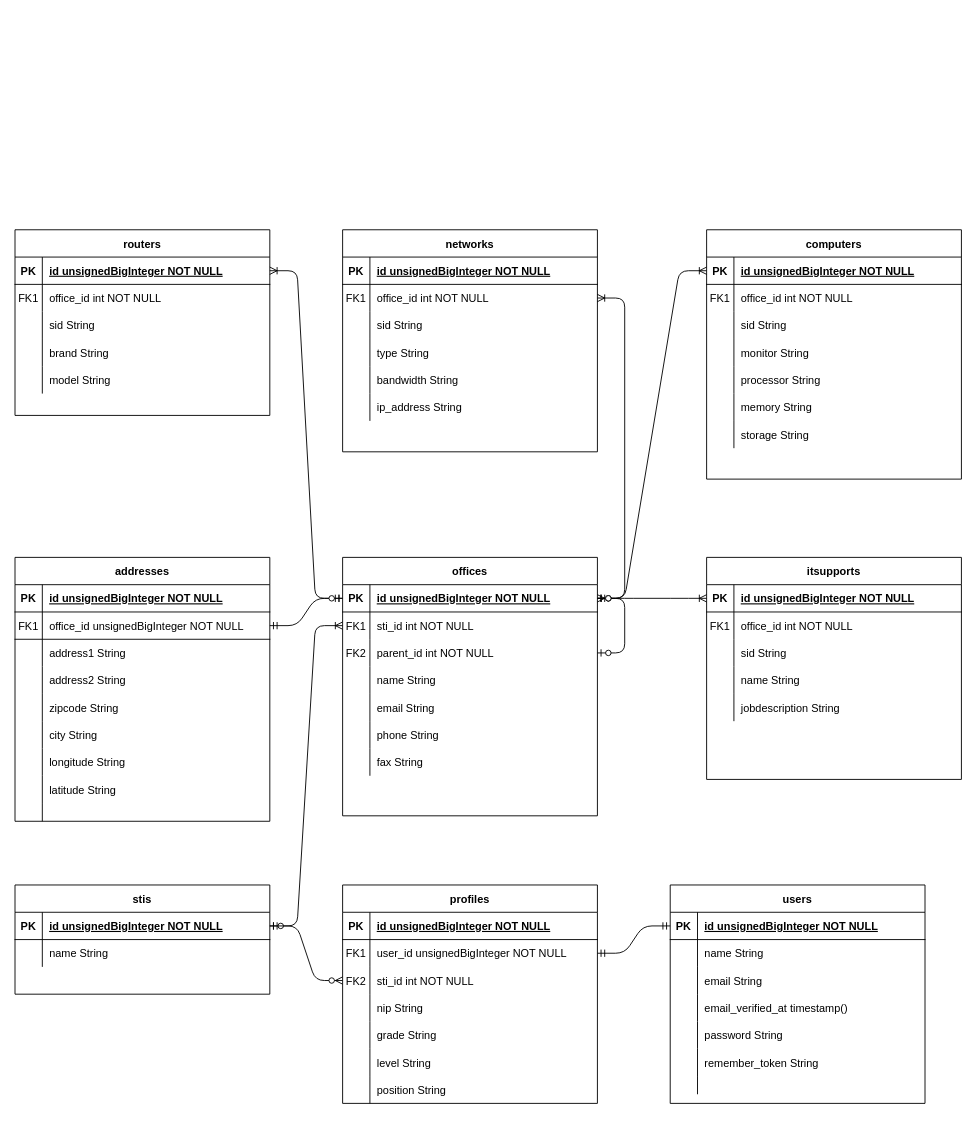
maulanakrisna/dashboard-app keeps this draw.io diagram as ER Diagram.drawio. Above is the earlier version. Source tidied: cells renumbered, new cells numbered last; positions are measured from the earlier drawing's top-left corner, leaving out a move shared by most shapes. Both pictures are drawn from the tidied source at 91%, with x=0, y=0 at pixel (15, 229).
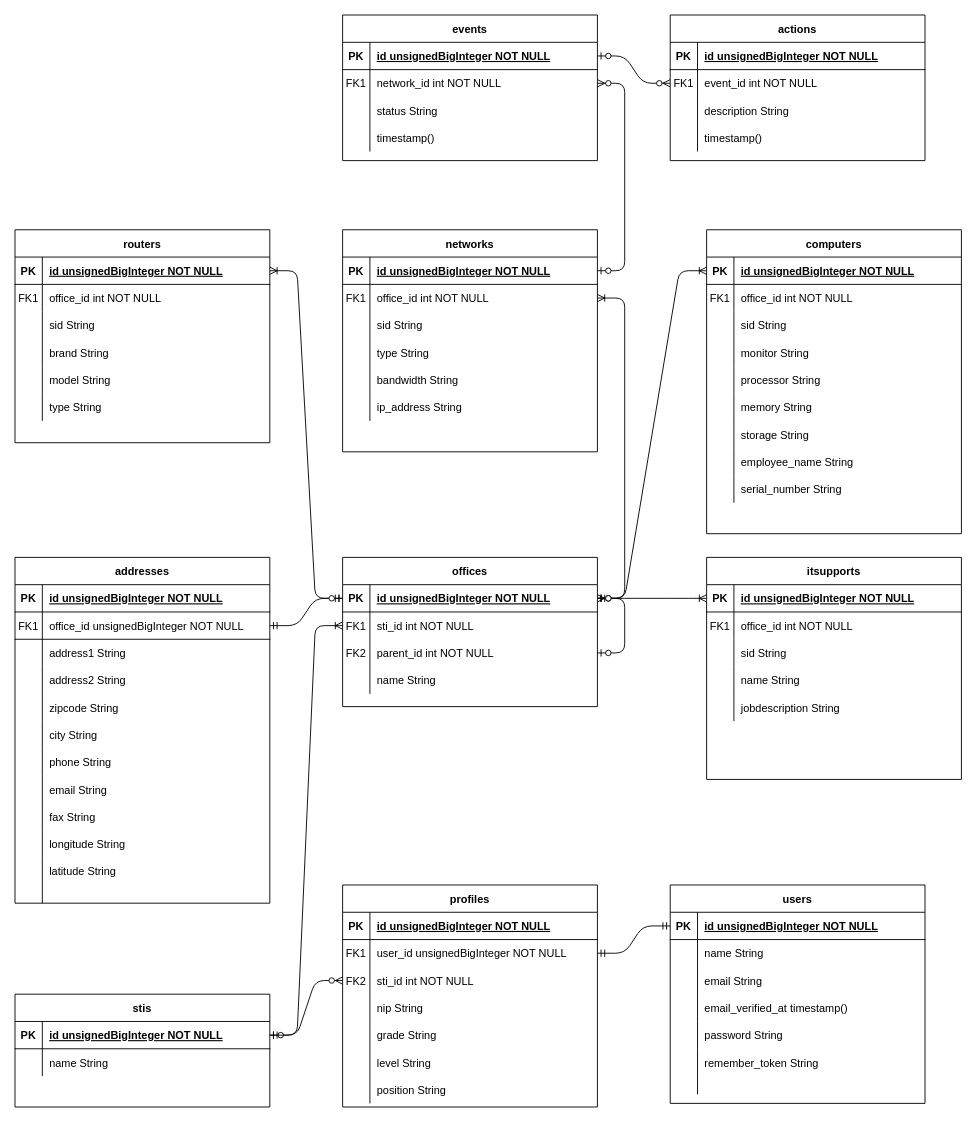
The same diagram, later.

The change refers to these unchanged cells:
```xml
<mxCell id="109" style="shape=partialRectangle;fillColor=none;points=[[0,0.5],[1,0.5]];portConstraint=eastwest;top=0;left=0;right=0;bottom=1;" parent="108" vertex="1">
  <mxGeometry y="30" width="280" height="30" as="geometry" />
</mxCell>
```

The edit, as a diff of the source:
```diff
@@
     <mxCell id="2" value="offices" style="shape=table;startSize=30;childLayout=tableLayout;rowLines=0;fontStyle=1;align=center;" parent="1" vertex="1">
-      <mxGeometry x="360" y="360" width="280" height="284" as="geometry" />
+      <mxGeometry x="360" y="360" width="280" height="164" as="geometry" />
     </mxCell>
@@
-    <mxCell id="15" style="shape=partialRectangle;fillColor=none;top=0;left=0;right=0;bottom=0;" parent="2" vertex="1">
-      <mxGeometry y="150" width="280" height="30" as="geometry" />
-    </mxCell>
-    <mxCell id="16" style="shape=partialRectangle;overflow=hidden;fillColor=none;top=0;left=0;bottom=0;right=0;" parent="15" vertex="1">
-      <mxGeometry width="30" height="30" as="geometry" />
-    </mxCell>
-    <mxCell id="17" value="email String" style="shape=partialRectangle;overflow=hidden;fillColor=none;top=0;left=0;bottom=0;right=0;align=left;spacingLeft=6;" parent="15" vertex="1">
-      <mxGeometry x="30" width="250" height="30" as="geometry" />
-    </mxCell>
-    <mxCell id="18" style="shape=partialRectangle;fillColor=none;top=0;left=0;right=0;bottom=0;" parent="2" vertex="1">
-      <mxGeometry y="180" width="280" height="30" as="geometry" />
-    </mxCell>
-    <mxCell id="19" style="shape=partialRectangle;overflow=hidden;fillColor=none;top=0;left=0;bottom=0;right=0;" parent="18" vertex="1">
-      <mxGeometry width="30" height="30" as="geometry" />
-    </mxCell>
-    <mxCell id="20" value="phone String" style="shape=partialRectangle;overflow=hidden;fillColor=none;top=0;left=0;bottom=0;right=0;align=left;spacingLeft=6;" parent="18" vertex="1">
-      <mxGeometry x="30" width="250" height="30" as="geometry" />
-    </mxCell>
@@
-    <mxCell id="22" style="shape=partialRectangle;fillColor=none;top=0;left=0;right=0;bottom=0;" parent="2" vertex="1">
-      <mxGeometry y="210" width="280" height="30" as="geometry" />
-    </mxCell>
-    <mxCell id="23" style="shape=partialRectangle;overflow=hidden;fillColor=none;top=0;left=0;bottom=0;right=0;" parent="22" vertex="1">
-      <mxGeometry width="30" height="30" as="geometry" />
-    </mxCell>
-    <mxCell id="24" value="fax String" style="shape=partialRectangle;overflow=hidden;fillColor=none;top=0;left=0;bottom=0;right=0;align=left;spacingLeft=6;" parent="22" vertex="1">
-      <mxGeometry x="30" width="250" height="30" as="geometry" />
-    </mxCell>
     <mxCell id="25" value="stis" style="shape=table;startSize=30;childLayout=tableLayout;rowLines=0;fontStyle=1;align=center;" parent="1" vertex="1">
-      <mxGeometry y="720" width="280" height="120" as="geometry" />
+      <mxGeometry y="840" width="280" height="124" as="geometry" />
     </mxCell>
@@
     <mxCell id="32" value="addresses" style="shape=table;startSize=30;childLayout=tableLayout;rowLines=0;fontStyle=1;align=center;" parent="1" vertex="1">
-      <mxGeometry y="360" width="280" height="290" as="geometry" />
+      <mxGeometry y="360" width="280" height="380" as="geometry" />
     </mxCell>
@@
+    <mxCell id="18" style="shape=partialRectangle;fillColor=none;top=0;left=0;right=0;bottom=0;" parent="32" vertex="1">
+      <mxGeometry y="180" width="280" height="30" as="geometry" />
+    </mxCell>
+    <mxCell id="185" style="shape=partialRectangle;overflow=hidden;fillColor=none;top=0;left=0;bottom=0;right=0;" parent="18" vertex="1">
+      <mxGeometry width="30" height="30" as="geometry" />
+    </mxCell>
+    <mxCell id="186" value="city String" style="shape=partialRectangle;overflow=hidden;fillColor=none;top=0;left=0;bottom=0;right=0;align=left;spacingLeft=6;" parent="18" vertex="1">
+      <mxGeometry x="30" width="250" height="30" as="geometry" />
+    </mxCell>
+    <mxCell id="22" style="shape=partialRectangle;fillColor=none;top=0;left=0;right=0;bottom=0;" parent="32" vertex="1">
+      <mxGeometry y="210" width="280" height="30" as="geometry" />
+    </mxCell>
+    <mxCell id="187" style="shape=partialRectangle;overflow=hidden;fillColor=none;top=0;left=0;bottom=0;right=0;" parent="22" vertex="1">
+      <mxGeometry width="30" height="30" as="geometry" />
+    </mxCell>
+    <mxCell id="20" value="phone String" style="shape=partialRectangle;overflow=hidden;fillColor=none;top=0;left=0;bottom=0;right=0;align=left;spacingLeft=6;" parent="22" vertex="1">
+      <mxGeometry x="30" width="250" height="30" as="geometry" />
+    </mxCell>
+    <mxCell id="188" style="shape=partialRectangle;fillColor=none;top=0;left=0;right=0;bottom=0;" parent="32" vertex="1">
+      <mxGeometry y="240" width="280" height="30" as="geometry" />
+    </mxCell>
+    <mxCell id="189" style="shape=partialRectangle;overflow=hidden;fillColor=none;top=0;left=0;bottom=0;right=0;" parent="188" vertex="1">
+      <mxGeometry width="30" height="30" as="geometry" />
+    </mxCell>
+    <mxCell id="17" value="email String" style="shape=partialRectangle;overflow=hidden;fillColor=none;top=0;left=0;bottom=0;right=0;align=left;spacingLeft=6;" parent="188" vertex="1">
+      <mxGeometry x="30" width="250" height="30" as="geometry" />
+    </mxCell>
     <mxCell id="48" style="shape=partialRectangle;fillColor=none;top=0;left=0;right=0;bottom=0;" parent="32" vertex="1">
-      <mxGeometry y="180" width="280" height="30" as="geometry" />
+      <mxGeometry y="270" width="280" height="30" as="geometry" />
     </mxCell>
@@
-    <mxCell id="50" value="city String" style="shape=partialRectangle;overflow=hidden;fillColor=none;top=0;left=0;bottom=0;right=0;align=left;spacingLeft=6;" parent="48" vertex="1">
+    <mxCell id="50" value="fax String" style="shape=partialRectangle;overflow=hidden;fillColor=none;top=0;left=0;bottom=0;right=0;align=left;spacingLeft=6;" parent="48" vertex="1">
       <mxGeometry x="30" width="250" height="30" as="geometry" />
     </mxCell>
     <mxCell id="51" style="shape=partialRectangle;fillColor=none;top=0;left=0;right=0;bottom=0;" parent="32" vertex="1">
-      <mxGeometry y="210" width="280" height="30" as="geometry" />
+      <mxGeometry y="300" width="280" height="30" as="geometry" />
     </mxCell>
@@
     <mxCell id="54" style="shape=partialRectangle;fillColor=none;top=0;left=0;right=0;bottom=0;" parent="32" vertex="1">
-      <mxGeometry y="240" width="280" height="30" as="geometry" />
+      <mxGeometry y="330" width="280" height="30" as="geometry" />
     </mxCell>
@@
     <mxCell id="57" style="shape=partialRectangle;fillColor=none;top=0;left=0;right=0;bottom=0;" parent="32" vertex="1">
-      <mxGeometry y="270" width="280" height="20" as="geometry" />
+      <mxGeometry y="360" width="280" height="20" as="geometry" />
     </mxCell>
@@
     <mxCell id="83" value="profiles" style="shape=table;startSize=30;childLayout=tableLayout;rowLines=0;fontStyle=1;align=center;" parent="1" vertex="1">
-      <mxGeometry x="360" y="720" width="280" height="240" as="geometry" />
+      <mxGeometry x="360" y="720" width="280" height="244" as="geometry" />
     </mxCell>
@@
     <mxCell id="128" value="routers" style="shape=table;startSize=30;childLayout=tableLayout;rowLines=0;fontStyle=1;align=center;" parent="1" vertex="1">
-      <mxGeometry width="280" height="204" as="geometry" />
+      <mxGeometry width="280" height="234" as="geometry" />
     </mxCell>
@@
+    <mxCell id="15" style="shape=partialRectangle;fillColor=none;top=0;left=0;right=0;bottom=0;" parent="128" vertex="1">
+      <mxGeometry y="150" width="280" height="30" as="geometry" />
+    </mxCell>
+    <mxCell id="190" style="shape=partialRectangle;overflow=hidden;fillColor=none;top=0;left=0;bottom=0;right=0;" parent="15" vertex="1">
+      <mxGeometry width="30" height="30" as="geometry" />
+    </mxCell>
+    <mxCell id="191" value="model String" style="shape=partialRectangle;overflow=hidden;fillColor=none;top=0;left=0;bottom=0;right=0;align=left;spacingLeft=6;" parent="15" vertex="1">
+      <mxGeometry x="30" width="250" height="30" as="geometry" />
+    </mxCell>
     <mxCell id="141" style="shape=partialRectangle;fillColor=none;top=0;left=0;right=0;bottom=0;" parent="128" vertex="1">
-      <mxGeometry y="150" width="280" height="30" as="geometry" />
+      <mxGeometry y="180" width="280" height="30" as="geometry" />
     </mxCell>
@@
-    <mxCell id="143" value="model String" style="shape=partialRectangle;overflow=hidden;fillColor=none;top=0;left=0;bottom=0;right=0;align=left;spacingLeft=6;" parent="141" vertex="1">
+    <mxCell id="143" value="type String" style="shape=partialRectangle;overflow=hidden;fillColor=none;top=0;left=0;bottom=0;right=0;align=left;spacingLeft=6;" parent="141" vertex="1">
       <mxGeometry x="30" width="250" height="30" as="geometry" />
     </mxCell>
@@
     <mxCell id="145" value="computers" style="shape=table;startSize=30;childLayout=tableLayout;rowLines=0;fontStyle=1;align=center;" parent="1" vertex="1">
-      <mxGeometry x="760" width="280" height="274" as="geometry" />
+      <mxGeometry x="760" width="280" height="334" as="geometry" />
     </mxCell>
@@
+    <mxCell id="192" style="shape=partialRectangle;fillColor=none;top=0;left=0;right=0;bottom=0;" parent="145" vertex="1">
+      <mxGeometry y="240" width="280" height="30" as="geometry" />
+    </mxCell>
+    <mxCell id="193" style="shape=partialRectangle;overflow=hidden;fillColor=none;top=0;left=0;bottom=0;right=0;" parent="192" vertex="1">
+      <mxGeometry width="30" height="30" as="geometry" />
+    </mxCell>
+    <mxCell id="194" value="employee_name String" style="shape=partialRectangle;overflow=hidden;fillColor=none;top=0;left=0;bottom=0;right=0;align=left;spacingLeft=6;" parent="192" vertex="1">
+      <mxGeometry x="30" width="250" height="30" as="geometry" />
+    </mxCell>
+    <mxCell id="195" style="shape=partialRectangle;fillColor=none;top=0;left=0;right=0;bottom=0;" parent="145" vertex="1">
+      <mxGeometry y="270" width="280" height="30" as="geometry" />
+    </mxCell>
+    <mxCell id="196" style="shape=partialRectangle;overflow=hidden;fillColor=none;top=0;left=0;bottom=0;right=0;" parent="195" vertex="1">
+      <mxGeometry width="30" height="30" as="geometry" />
+    </mxCell>
+    <mxCell id="197" value="serial_number String" style="shape=partialRectangle;overflow=hidden;fillColor=none;top=0;left=0;bottom=0;right=0;align=left;spacingLeft=6;" parent="195" vertex="1">
+      <mxGeometry x="30" width="250" height="30" as="geometry" />
+    </mxCell>
@@
+    <mxCell id="198" value="events" style="shape=table;startSize=30;childLayout=tableLayout;rowLines=0;fontStyle=1;align=center;" parent="1" vertex="1">
+      <mxGeometry x="360" y="-236" width="280" height="160" as="geometry" />
+    </mxCell>
+    <mxCell id="199" style="shape=partialRectangle;fillColor=none;points=[[0,0.5],[1,0.5]];portConstraint=eastwest;top=0;left=0;right=0;bottom=1;" parent="198" vertex="1">
+      <mxGeometry y="30" width="280" height="30" as="geometry" />
+    </mxCell>
+    <mxCell id="200" value="PK" style="shape=partialRectangle;overflow=hidden;fillColor=none;top=0;left=0;bottom=0;right=0;fontStyle=1;" parent="199" vertex="1">
+      <mxGeometry width="30" height="30" as="geometry" />
+    </mxCell>
+    <mxCell id="201" value="id unsignedBigInteger NOT NULL " style="shape=partialRectangle;overflow=hidden;fillColor=none;top=0;left=0;bottom=0;right=0;align=left;spacingLeft=6;fontStyle=5;" parent="199" vertex="1">
+      <mxGeometry x="30" width="250" height="30" as="geometry" />
+    </mxCell>
+    <mxCell id="202" style="shape=partialRectangle;fillColor=none;points=[[0,0.5],[1,0.5]];portConstraint=eastwest;top=0;left=0;right=0;bottom=0;" parent="198" vertex="1">
+      <mxGeometry y="60" width="280" height="30" as="geometry" />
+    </mxCell>
+    <mxCell id="203" value="FK1" style="shape=partialRectangle;overflow=hidden;fillColor=none;top=0;left=0;bottom=0;right=0;" parent="202" vertex="1">
+      <mxGeometry width="30" height="30" as="geometry" />
+    </mxCell>
+    <mxCell id="204" value="network_id int NOT NULL" style="shape=partialRectangle;overflow=hidden;fillColor=none;top=0;left=0;bottom=0;right=0;align=left;spacingLeft=6;" parent="202" vertex="1">
+      <mxGeometry x="30" width="250" height="30" as="geometry" />
+    </mxCell>
+    <mxCell id="205" style="shape=partialRectangle;fillColor=none;top=0;left=0;right=0;bottom=0;" parent="198" vertex="1">
+      <mxGeometry y="90" width="280" height="30" as="geometry" />
+    </mxCell>
+    <mxCell id="206" style="shape=partialRectangle;overflow=hidden;fillColor=none;top=0;left=0;bottom=0;right=0;" parent="205" vertex="1">
+      <mxGeometry width="30" height="30" as="geometry" />
+    </mxCell>
+    <mxCell id="207" value="status String" style="shape=partialRectangle;overflow=hidden;fillColor=none;top=0;left=0;bottom=0;right=0;align=left;spacingLeft=6;" parent="205" vertex="1">
+      <mxGeometry x="30" width="250" height="30" as="geometry" />
+    </mxCell>
+    <mxCell id="208" style="shape=partialRectangle;fillColor=none;top=0;left=0;right=0;bottom=0;" parent="198" vertex="1">
+      <mxGeometry y="120" width="280" height="30" as="geometry" />
+    </mxCell>
+    <mxCell id="209" style="shape=partialRectangle;overflow=hidden;fillColor=none;top=0;left=0;bottom=0;right=0;" parent="208" vertex="1">
+      <mxGeometry width="30" height="30" as="geometry" />
+    </mxCell>
+    <mxCell id="210" value="timestamp()" style="shape=partialRectangle;overflow=hidden;fillColor=none;top=0;left=0;bottom=0;right=0;align=left;spacingLeft=6;" parent="208" vertex="1">
+      <mxGeometry x="30" width="250" height="30" as="geometry" />
+    </mxCell>
+    <mxCell id="211" style="edgeStyle=entityRelationEdgeStyle;fontSize=12;html=1;endArrow=ERzeroToMany;startArrow=ERzeroToOne;" parent="1" edge="1" source="109" target="202">
+      <mxGeometry relative="1" as="geometry" />
+    </mxCell>
+    <mxCell id="212" value="actions" style="shape=table;startSize=30;childLayout=tableLayout;rowLines=0;fontStyle=1;align=center;" parent="1" vertex="1">
+      <mxGeometry x="720" y="-236" width="280" height="160" as="geometry" />
+    </mxCell>
+    <mxCell id="213" style="shape=partialRectangle;fillColor=none;top=0;left=0;right=0;bottom=1;" parent="212" vertex="1">
+      <mxGeometry y="30" width="280" height="30" as="geometry" />
+    </mxCell>
+    <mxCell id="214" value="PK" style="shape=partialRectangle;overflow=hidden;fillColor=none;top=0;left=0;bottom=0;right=0;fontStyle=1;" parent="213" vertex="1">
+      <mxGeometry width="30" height="30" as="geometry" />
+    </mxCell>
+    <mxCell id="215" value="id unsignedBigInteger NOT NULL " style="shape=partialRectangle;overflow=hidden;fillColor=none;top=0;left=0;bottom=0;right=0;align=left;spacingLeft=6;fontStyle=5;" parent="213" vertex="1">
+      <mxGeometry x="30" width="250" height="30" as="geometry" />
+    </mxCell>
+    <mxCell id="216" style="shape=partialRectangle;fillColor=none;points=[[0,0.5],[1,0.5]];portConstraint=eastwest;top=0;left=0;right=0;bottom=0;" parent="212" vertex="1">
+      <mxGeometry y="60" width="280" height="30" as="geometry" />
+    </mxCell>
+    <mxCell id="217" value="FK1" style="shape=partialRectangle;overflow=hidden;fillColor=none;top=0;left=0;bottom=0;right=0;" parent="216" vertex="1">
+      <mxGeometry width="30" height="30" as="geometry" />
+    </mxCell>
+    <mxCell id="218" value="event_id int NOT NULL" style="shape=partialRectangle;overflow=hidden;fillColor=none;top=0;left=0;bottom=0;right=0;align=left;spacingLeft=6;" parent="216" vertex="1">
+      <mxGeometry x="30" width="250" height="30" as="geometry" />
+    </mxCell>
+    <mxCell id="219" style="shape=partialRectangle;fillColor=none;top=0;left=0;right=0;bottom=0;" parent="212" vertex="1">
+      <mxGeometry y="90" width="280" height="30" as="geometry" />
+    </mxCell>
+    <mxCell id="220" style="shape=partialRectangle;overflow=hidden;fillColor=none;top=0;left=0;bottom=0;right=0;" parent="219" vertex="1">
+      <mxGeometry width="30" height="30" as="geometry" />
+    </mxCell>
+    <mxCell id="221" value="description String" style="shape=partialRectangle;overflow=hidden;fillColor=none;top=0;left=0;bottom=0;right=0;align=left;spacingLeft=6;" parent="219" vertex="1">
+      <mxGeometry x="30" width="250" height="30" as="geometry" />
+    </mxCell>
+    <mxCell id="222" style="shape=partialRectangle;fillColor=none;top=0;left=0;right=0;bottom=0;" parent="212" vertex="1">
+      <mxGeometry y="120" width="280" height="30" as="geometry" />
+    </mxCell>
+    <mxCell id="223" style="shape=partialRectangle;overflow=hidden;fillColor=none;top=0;left=0;bottom=0;right=0;" parent="222" vertex="1">
+      <mxGeometry width="30" height="30" as="geometry" />
+    </mxCell>
+    <mxCell id="224" value="timestamp()" style="shape=partialRectangle;overflow=hidden;fillColor=none;top=0;left=0;bottom=0;right=0;align=left;spacingLeft=6;" parent="222" vertex="1">
+      <mxGeometry x="30" width="250" height="30" as="geometry" />
+    </mxCell>
+    <mxCell id="225" style="edgeStyle=entityRelationEdgeStyle;fontSize=12;html=1;endArrow=ERzeroToMany;startArrow=ERzeroToOne;" parent="1" edge="1" source="199" target="216">
+      <mxGeometry relative="1" as="geometry" />
+    </mxCell>
```
